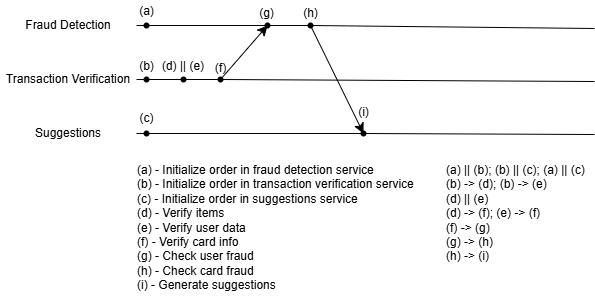
Before: docs/Vector Clock.png, a diagram exported from draw.io (FooKaDoO/ds-practice-2025). Source tidied: cells renumbered, new cells last; positions are measured from the earlier drawing's top-left corner, leaving out a move shared by most shapes. The source it was exported from:
```xml
<mxGraphModel>
  <root>
    <mxCell id="0" />
    <mxCell id="1" parent="0" />
    <mxCell id="2" value="Transaction Verification" style="text;html=1;align=center;verticalAlign=middle;whiteSpace=wrap;rounded=0;" parent="1" vertex="1">
      <mxGeometry y="64" width="136" height="30" as="geometry" />
    </mxCell>
    <mxCell id="3" value="Suggestions" style="text;html=1;align=center;verticalAlign=middle;whiteSpace=wrap;rounded=0;" parent="1" vertex="1">
      <mxGeometry y="118" width="136" height="30" as="geometry" />
    </mxCell>
    <mxCell id="4" value="Fraud Detection" style="text;html=1;align=center;verticalAlign=middle;whiteSpace=wrap;rounded=0;" parent="1" vertex="1">
      <mxGeometry y="10" width="136" height="30" as="geometry" />
    </mxCell>
    <mxCell id="5" style="endArrow=none;html=1;rounded=0;fontSize=12;startSize=8;endSize=8;curved=1;exitDx=0;exitDy=0;" parent="1" edge="1" source="18">
      <mxGeometry relative="1" as="geometry">
        <mxPoint x="594" y="28" as="targetPoint" />
      </mxGeometry>
    </mxCell>
    <mxCell id="6" style="endArrow=none;html=1;rounded=0;fontSize=12;startSize=8;endSize=8;curved=1;exitDx=0;exitDy=0;" parent="1" edge="1" source="15">
      <mxGeometry relative="1" as="geometry">
        <mxPoint x="594" y="81" as="targetPoint" />
      </mxGeometry>
    </mxCell>
    <mxCell id="7" style="endArrow=none;html=1;rounded=0;fontSize=12;startSize=8;endSize=8;curved=1;exitDx=0;exitDy=0;" parent="1" edge="1" source="20">
      <mxGeometry relative="1" as="geometry">
        <mxPoint x="594" y="134" as="targetPoint" />
      </mxGeometry>
    </mxCell>
    <mxCell id="8" style="endArrow=none;html=1;rounded=0;fontSize=12;startSize=8;endSize=8;curved=1;exitX=1;exitY=0.5;exitDx=0;exitDy=0;" parent="1" edge="1" source="4" target="9">
      <mxGeometry relative="1" as="geometry" />
    </mxCell>
    <mxCell id="9" style="shape=waypoint;sketch=0;fillStyle=solid;size=6;points=[];fillColor=none;perimeter=centerPerimeter;snapToPoint=1;" parent="1" vertex="1">
      <mxGeometry x="136" y="15" width="20" height="20" as="geometry" />
    </mxCell>
    <mxCell id="10" style="shape=waypoint;sketch=0;fillStyle=solid;size=6;fillColor=none;perimeter=centerPerimeter;" parent="1" vertex="1">
      <mxGeometry x="136" y="69" width="20" height="20" as="geometry" />
    </mxCell>
    <mxCell id="11" style="shape=waypoint;sketch=0;fillStyle=solid;size=6;fillColor=none;perimeter=centerPerimeter;" parent="1" vertex="1">
      <mxGeometry x="136" y="123" width="20" height="20" as="geometry" />
    </mxCell>
    <mxCell id="12" style="endArrow=none;html=1;rounded=0;fontSize=12;startSize=8;endSize=8;curved=1;exitX=1;exitY=0.5;exitDx=0;exitDy=0;" parent="1" edge="1" source="2" target="13">
      <mxGeometry relative="1" as="geometry" />
    </mxCell>
    <mxCell id="13" style="shape=waypoint;sketch=0;fillStyle=solid;size=6;points=[];fillColor=none;perimeter=centerPerimeter;snapToPoint=1;" parent="1" vertex="1">
      <mxGeometry x="173" y="69" width="20" height="20" as="geometry" />
    </mxCell>
    <mxCell id="14" style="endArrow=none;html=1;rounded=0;fontSize=12;startSize=8;endSize=8;curved=1;exitDx=0;exitDy=0;" parent="1" edge="1" source="13" target="15">
      <mxGeometry relative="1" as="geometry" />
    </mxCell>
    <mxCell id="15" style="shape=waypoint;sketch=0;fillStyle=solid;size=6;points=[];fillColor=none;perimeter=centerPerimeter;snapToPoint=1;" parent="1" vertex="1">
      <mxGeometry x="210" y="69" width="20" height="20" as="geometry" />
    </mxCell>
    <mxCell id="16" style="shape=waypoint;sketch=0;fillStyle=solid;size=6;points=[];fillColor=none;perimeter=centerPerimeter;snapToPoint=1;" parent="1" vertex="1">
      <mxGeometry x="257" y="15" width="20" height="20" as="geometry" />
    </mxCell>
    <mxCell id="17" style="endArrow=none;html=1;rounded=0;fontSize=12;startSize=8;endSize=8;curved=1;exitDx=0;exitDy=0;" parent="1" edge="1" source="9" target="18">
      <mxGeometry relative="1" as="geometry" />
    </mxCell>
    <mxCell id="18" style="shape=waypoint;sketch=0;fillStyle=solid;size=6;points=[];fillColor=none;perimeter=centerPerimeter;snapToPoint=1;" parent="1" vertex="1">
      <mxGeometry x="300" y="15" width="20" height="20" as="geometry" />
    </mxCell>
    <mxCell id="19" style="endArrow=none;html=1;rounded=0;fontSize=12;startSize=8;endSize=8;curved=1;exitX=1;exitY=0.5;exitDx=0;exitDy=0;" parent="1" edge="1" source="3" target="20">
      <mxGeometry relative="1" as="geometry" />
    </mxCell>
    <mxCell id="20" style="shape=waypoint;sketch=0;fillStyle=solid;size=6;points=[];fillColor=none;perimeter=centerPerimeter;snapToPoint=1;" parent="1" vertex="1">
      <mxGeometry x="353" y="123" width="20" height="20" as="geometry" />
    </mxCell>
    <mxCell id="21" style="endArrow=classic;html=1;rounded=0;fontSize=12;startSize=8;endSize=8;curved=1;" parent="1" edge="1" source="15" target="16">
      <mxGeometry relative="1" as="geometry" />
    </mxCell>
    <mxCell id="22" style="endArrow=classic;html=1;rounded=0;fontSize=12;startSize=8;endSize=8;curved=1;exitX=0.36;exitY=0.705;exitDx=0;exitDy=0;exitPerimeter=0;entryX=0.583;entryY=0.27;entryDx=0;entryDy=0;entryPerimeter=0;" parent="1" edge="1" source="18" target="20">
      <mxGeometry relative="1" as="geometry" />
    </mxCell>
    <mxCell id="23" value="(a)" style="text;html=1;align=center;verticalAlign=middle;whiteSpace=wrap;rounded=0;" parent="1" vertex="1">
      <mxGeometry x="134.5" width="23" height="21" as="geometry" />
    </mxCell>
    <mxCell id="24" value="(b)" style="text;html=1;align=center;verticalAlign=middle;whiteSpace=wrap;rounded=0;" parent="1" vertex="1">
      <mxGeometry x="134.5" y="55" width="23" height="21" as="geometry" />
    </mxCell>
    <mxCell id="25" value="(c)" style="text;html=1;align=center;verticalAlign=middle;whiteSpace=wrap;rounded=0;" parent="1" vertex="1">
      <mxGeometry x="134.5" y="108" width="23" height="21" as="geometry" />
    </mxCell>
    <mxCell id="26" value="(d) || (e)" style="text;html=1;align=center;verticalAlign=middle;whiteSpace=wrap;rounded=0;" parent="1" vertex="1">
      <mxGeometry x="159.2" y="55" width="47.5" height="21" as="geometry" />
    </mxCell>
    <mxCell id="27" value="(f)" style="text;html=1;align=center;verticalAlign=middle;whiteSpace=wrap;rounded=0;" parent="1" vertex="1">
      <mxGeometry x="208.5" y="57" width="23" height="21" as="geometry" />
    </mxCell>
    <mxCell id="28" value="(g)" style="text;html=1;align=center;verticalAlign=middle;whiteSpace=wrap;rounded=0;" parent="1" vertex="1">
      <mxGeometry x="255.5" y="2" width="23" height="21" as="geometry" />
    </mxCell>
    <mxCell id="29" value="(h)" style="text;html=1;align=center;verticalAlign=middle;whiteSpace=wrap;rounded=0;" parent="1" vertex="1">
      <mxGeometry x="298.5" y="2" width="23" height="21" as="geometry" />
    </mxCell>
    <mxCell id="30" value="(i)" style="text;html=1;align=center;verticalAlign=middle;whiteSpace=wrap;rounded=0;" parent="1" vertex="1">
      <mxGeometry x="351.5" y="102" width="23" height="21" as="geometry" />
    </mxCell>
    <mxCell id="31" value="(a) - Initialize order in fraud detection service&lt;div&gt;(b) - Initialize order in transaction verification service&lt;/div&gt;&lt;div&gt;(c) - Initialize order in suggestions service&lt;/div&gt;&lt;div&gt;(d) - Verify items&lt;/div&gt;&lt;div&gt;(e) - Verify user data&lt;/div&gt;&lt;div&gt;(f) - Verify card info&lt;/div&gt;&lt;div&gt;(g) - Check user fraud&lt;/div&gt;&lt;div&gt;(h) - Check card fraud&lt;/div&gt;&lt;div&gt;(i) - Generate suggestions&lt;/div&gt;&lt;div&gt;&lt;br&gt;&lt;/div&gt;" style="text;html=1;align=left;verticalAlign=top;whiteSpace=wrap;rounded=0;" parent="1" vertex="1">
      <mxGeometry x="134.5" y="156" width="309.5" height="140" as="geometry" />
    </mxCell>
    <mxCell id="32" value="&lt;div&gt;(a) || (b); (b) || (c); (a) || (c)&lt;/div&gt;&lt;div&gt;(b) -&amp;gt; (d); (b) -&amp;gt; (e)&lt;/div&gt;&lt;div&gt;&lt;span style=&quot;background-color: transparent; color: light-dark(rgb(0, 0, 0), rgb(255, 255, 255));&quot;&gt;(d) || (e)&lt;/span&gt;&lt;/div&gt;&lt;div&gt;(d) -&amp;gt; (f); (e) -&amp;gt; (f)&lt;/div&gt;&lt;div&gt;(f) -&amp;gt; (g)&lt;/div&gt;&lt;div&gt;(g) -&amp;gt; (h)&lt;/div&gt;&lt;div&gt;(h) -&amp;gt; (i)&lt;/div&gt;" style="text;html=1;align=left;verticalAlign=top;whiteSpace=wrap;rounded=0;" parent="1" vertex="1">
      <mxGeometry x="444" y="156" width="151" height="140" as="geometry" />
    </mxCell>
  </root>
</mxGraphModel>
```
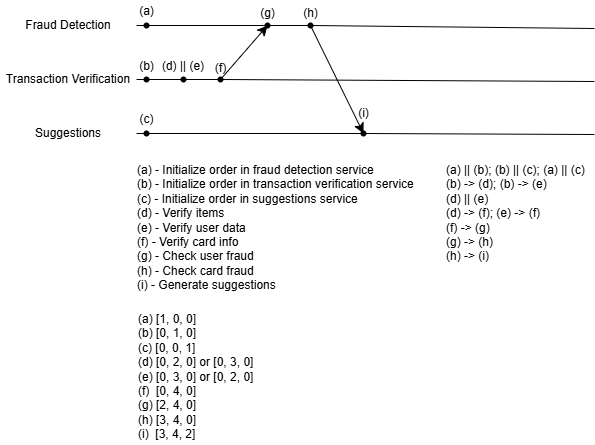
After the change.

What changed in the source:
```diff
@@ -101,5 +101,8 @@
     <mxCell id="32" value="&lt;div&gt;(a) || (b); (b) || (c); (a) || (c)&lt;/div&gt;&lt;div&gt;(b) -&amp;gt; (d); (b) -&amp;gt; (e)&lt;/div&gt;&lt;div&gt;&lt;span style=&quot;background-color: transparent; color: light-dark(rgb(0, 0, 0), rgb(255, 255, 255));&quot;&gt;(d) || (e)&lt;/span&gt;&lt;/div&gt;&lt;div&gt;(d) -&amp;gt; (f); (e) -&amp;gt; (f)&lt;/div&gt;&lt;div&gt;(f) -&amp;gt; (g)&lt;/div&gt;&lt;div&gt;(g) -&amp;gt; (h)&lt;/div&gt;&lt;div&gt;(h) -&amp;gt; (i)&lt;/div&gt;" style="text;html=1;align=left;verticalAlign=top;whiteSpace=wrap;rounded=0;" parent="1" vertex="1">
       <mxGeometry x="444" y="156" width="151" height="140" as="geometry" />
     </mxCell>
+    <mxCell id="33" value="&lt;div&gt;(a) [1, 0, 0]&lt;/div&gt;&lt;div&gt;(b) [0, 1, 0]&lt;/div&gt;&lt;div&gt;(c) [0, 0, 1]&lt;/div&gt;&lt;div&gt;(d) [0, 2, 0] or [0, 3, 0]&lt;/div&gt;&lt;div&gt;(e) [0, 3, 0] or [0, 2, 0]&lt;/div&gt;&lt;div&gt;(f)&amp;nbsp; [0, 4, 0]&lt;/div&gt;&lt;div&gt;(g) [2, 4, 0]&lt;/div&gt;&lt;div&gt;(h) [3, 4, 0]&lt;/div&gt;&lt;div&gt;(i)&amp;nbsp; [3, 4, 2]&lt;/div&gt;" style="text;html=1;align=left;verticalAlign=top;whiteSpace=wrap;rounded=0;" parent="1" vertex="1">
+      <mxGeometry x="136" y="305" width="309.5" height="140" as="geometry" />
+    </mxCell>
   </root>
 </mxGraphModel>
```
